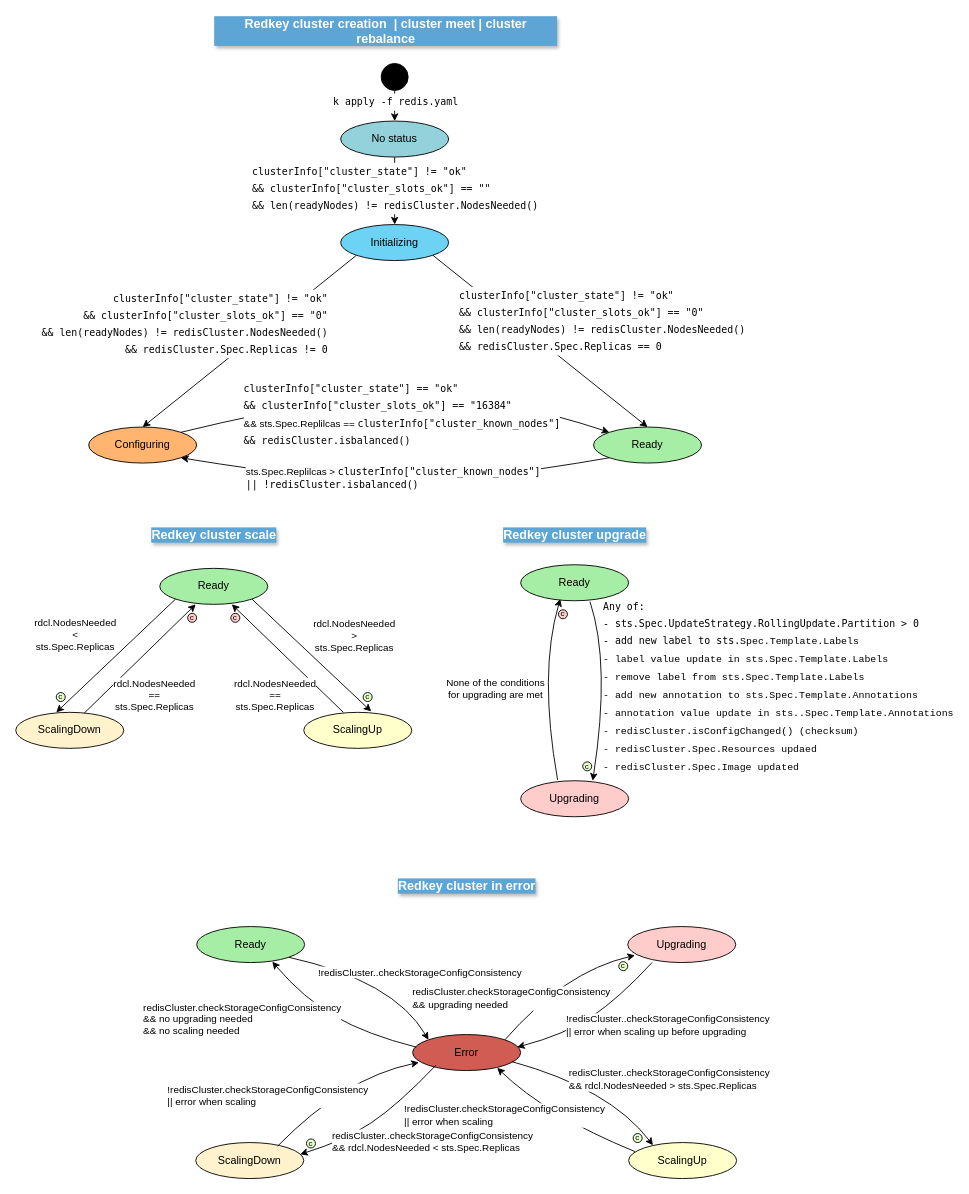
This is docs/files/redis-cluster-status-transitions.drawio from InditexTech/redkeyoperator, a draw.io file, before an edit. Source tidied: cells renumbered, new cells numbered last; positions are measured from the earlier drawing's top-left corner, leaving out a move shared by most shapes. Both pictures are drawn from the tidied source at 90%, with x=0, y=0 at pixel (15, 17).
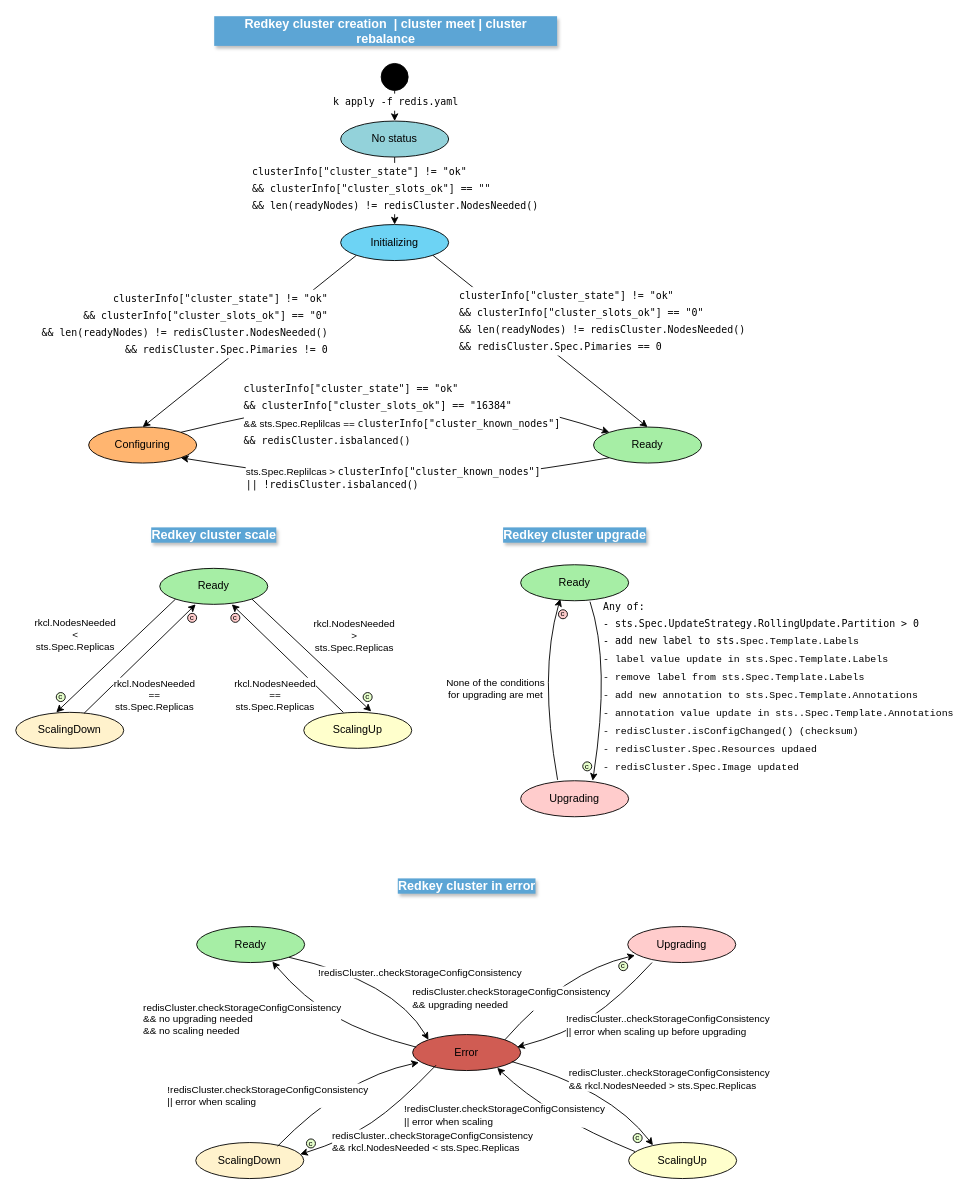
After the change.

The change refers to these unchanged cells:
```xml
<mxCell id="11" style="endArrow=classic;html=1;rounded=0;exitX=0;exitY=1;exitDx=0;exitDy=0;entryX=0.5;entryY=0;entryDx=0;entryDy=0;" parent="1" edge="1" source="6" target="9">
  <mxGeometry relative="1" as="geometry" />
</mxCell>
<mxCell id="13" style="endArrow=classic;html=1;rounded=0;entryX=0.5;entryY=0;entryDx=0;entryDy=0;exitX=1;exitY=1;exitDx=0;exitDy=0;" parent="1" edge="1" source="6" target="10">
  <mxGeometry relative="1" as="geometry" />
</mxCell>
<mxCell id="24" style="endArrow=classic;html=1;rounded=0;exitX=0;exitY=1;exitDx=0;exitDy=0;entryX=0.375;entryY=0;entryDx=0;entryDy=0;entryPerimeter=0;" parent="1" edge="1" source="22" target="19">
  <mxGeometry relative="1" as="geometry" />
</mxCell>
<mxCell id="26" style="endArrow=classic;html=1;rounded=0;entryX=0.333;entryY=1;entryDx=0;entryDy=0;entryPerimeter=0;exitX=0.633;exitY=0.025;exitDx=0;exitDy=0;exitPerimeter=0;" parent="1" edge="1" source="19" target="22">
  <mxGeometry relative="1" as="geometry" />
</mxCell>
<mxCell id="28" style="endArrow=classic;html=1;rounded=0;exitX=0.367;exitY=0;exitDx=0;exitDy=0;exitPerimeter=0;entryX=0.667;entryY=1;entryDx=0;entryDy=0;entryPerimeter=0;" parent="1" edge="1" source="20" target="22">
  <mxGeometry relative="1" as="geometry" />
</mxCell>
<mxCell id="30" style="endArrow=classic;html=1;rounded=0;entryX=0.625;entryY=-0.025;entryDx=0;entryDy=0;exitX=1;exitY=1;exitDx=0;exitDy=0;entryPerimeter=0;" parent="1" edge="1" source="22" target="20">
  <mxGeometry relative="1" as="geometry" />
</mxCell>
<mxCell id="51" style="curved=1;endArrow=classic;html=1;rounded=0;exitX=0.917;exitY=0.75;exitDx=0;exitDy=0;entryX=0.225;entryY=0.075;entryDx=0;entryDy=0;exitPerimeter=0;entryPerimeter=0;" parent="1" edge="1" source="42" target="44">
  <mxGeometry relative="1" as="geometry">
    <Array as="points">
      <mxPoint x="660" y="1190" />
    </Array>
  </mxGeometry>
</mxCell>
<mxCell id="62" style="curved=1;endArrow=classic;html=1;rounded=0;entryX=0.967;entryY=0.325;entryDx=0;entryDy=0;entryPerimeter=0;exitX=0.217;exitY=0.85;exitDx=0;exitDy=0;exitPerimeter=0;" parent="1" edge="1" source="42" target="43">
  <mxGeometry relative="1" as="geometry">
    <Array as="points">
      <mxPoint x="425" y="1208" />
      <mxPoint x="365" y="1248" />
    </Array>
  </mxGeometry>
</mxCell>
```

Change to the diagram source:
```diff
@@
-    <mxCell id="12" value="&lt;div style=&quot;white-space-collapse: preserve; font-family: &amp;quot;Droid Sans Mono&amp;quot;, &amp;quot;monospace&amp;quot;, monospace; line-height: 19px;&quot;&gt;clusterInfo[&quot;cluster_state&quot;] != &quot;ok&quot;&lt;/div&gt;&lt;div style=&quot;white-space-collapse: preserve; font-family: &amp;quot;Droid Sans Mono&amp;quot;, &amp;quot;monospace&amp;quot;, monospace; line-height: 19px;&quot;&gt;&lt;div style=&quot;line-height: 19px;&quot;&gt;&amp;amp;&amp;amp; clusterInfo[&quot;cluster_slots_ok&quot;] == &quot;0&quot;&lt;/div&gt;&lt;div style=&quot;line-height: 19px;&quot;&gt;&lt;div style=&quot;line-height: 19px;&quot;&gt;&amp;amp;&amp;amp; len(readyNodes) != redisCluster.NodesNeeded()&lt;/div&gt;&lt;div style=&quot;line-height: 19px;&quot;&gt;&amp;amp;&amp;amp; redisCluster.Spec.Replicas != 0&lt;/div&gt;&lt;/div&gt;&lt;/div&gt;" style="edgeLabel;html=1;align=right;verticalAlign=middle;labelBackgroundColor=default;" parent="11" vertex="1">
+    <mxCell id="12" value="&lt;div style=&quot;white-space-collapse: preserve; font-family: &amp;quot;Droid Sans Mono&amp;quot;, &amp;quot;monospace&amp;quot;, monospace; line-height: 19px;&quot;&gt;clusterInfo[&quot;cluster_state&quot;] != &quot;ok&quot;&lt;/div&gt;&lt;div style=&quot;white-space-collapse: preserve; font-family: &amp;quot;Droid Sans Mono&amp;quot;, &amp;quot;monospace&amp;quot;, monospace; line-height: 19px;&quot;&gt;&lt;div style=&quot;line-height: 19px;&quot;&gt;&amp;amp;&amp;amp; clusterInfo[&quot;cluster_slots_ok&quot;] == &quot;0&quot;&lt;/div&gt;&lt;div style=&quot;line-height: 19px;&quot;&gt;&lt;div style=&quot;line-height: 19px;&quot;&gt;&amp;amp;&amp;amp; len(readyNodes) != redisCluster.NodesNeeded()&lt;/div&gt;&lt;div style=&quot;line-height: 19px;&quot;&gt;&amp;amp;&amp;amp; redisCluster.Spec.Pimaries != 0&lt;/div&gt;&lt;/div&gt;&lt;/div&gt;" style="edgeLabel;html=1;align=right;verticalAlign=middle;labelBackgroundColor=default;" parent="11" vertex="1">
       <mxGeometry x="-0.14" y="-3" relative="1" as="geometry">
         <mxPoint x="72" y="-4" as="offset" />
       </mxGeometry>
     </mxCell>
@@
-    <mxCell id="14" value="&lt;div style=&quot;white-space-collapse: preserve; font-family: &amp;quot;Droid Sans Mono&amp;quot;, &amp;quot;monospace&amp;quot;, monospace; line-height: 19px;&quot;&gt;clusterInfo[&quot;cluster_state&quot;] != &quot;ok&quot;&lt;/div&gt;&lt;div style=&quot;white-space-collapse: preserve; font-family: &amp;quot;Droid Sans Mono&amp;quot;, &amp;quot;monospace&amp;quot;, monospace; line-height: 19px;&quot;&gt;&lt;div style=&quot;line-height: 19px;&quot;&gt;&amp;amp;&amp;amp; clusterInfo[&quot;cluster_slots_ok&quot;] == &quot;0&quot;&lt;/div&gt;&lt;div style=&quot;line-height: 19px;&quot;&gt;&lt;div style=&quot;line-height: 19px;&quot;&gt;&amp;amp;&amp;amp; len(readyNodes) != redisCluster.NodesNeeded()&lt;/div&gt;&lt;div style=&quot;line-height: 19px;&quot;&gt;&amp;amp;&amp;amp; redisCluster.Spec.Replicas == 0&lt;/div&gt;&lt;/div&gt;&lt;/div&gt;" style="edgeLabel;html=1;align=left;verticalAlign=middle;labelBackgroundColor=default;" parent="13" vertex="1">
+    <mxCell id="14" value="&lt;div style=&quot;white-space-collapse: preserve; font-family: &amp;quot;Droid Sans Mono&amp;quot;, &amp;quot;monospace&amp;quot;, monospace; line-height: 19px;&quot;&gt;clusterInfo[&quot;cluster_state&quot;] != &quot;ok&quot;&lt;/div&gt;&lt;div style=&quot;white-space-collapse: preserve; font-family: &amp;quot;Droid Sans Mono&amp;quot;, &amp;quot;monospace&amp;quot;, monospace; line-height: 19px;&quot;&gt;&lt;div style=&quot;line-height: 19px;&quot;&gt;&amp;amp;&amp;amp; clusterInfo[&quot;cluster_slots_ok&quot;] == &quot;0&quot;&lt;/div&gt;&lt;div style=&quot;line-height: 19px;&quot;&gt;&lt;div style=&quot;line-height: 19px;&quot;&gt;&amp;amp;&amp;amp; len(readyNodes) != redisCluster.NodesNeeded()&lt;/div&gt;&lt;div style=&quot;line-height: 19px;&quot;&gt;&amp;amp;&amp;amp; redisCluster.Spec.Pimaries == 0&lt;/div&gt;&lt;/div&gt;&lt;/div&gt;" style="edgeLabel;html=1;align=left;verticalAlign=middle;labelBackgroundColor=default;" parent="13" vertex="1">
       <mxGeometry x="-0.21" y="-1" relative="1" as="geometry">
         <mxPoint x="-66" y="-4" as="offset" />
       </mxGeometry>
     </mxCell>
@@
-    <mxCell id="25" value="rdcl.NodesNeeded&lt;div&gt;&amp;lt;&lt;/div&gt;&lt;div&gt;sts.Spec.Replicas&lt;/div&gt;" style="edgeLabel;html=1;align=center;verticalAlign=middle;" parent="24" vertex="1">
+    <mxCell id="25" value="rkcl.NodesNeeded&lt;div&gt;&amp;lt;&lt;/div&gt;&lt;div&gt;sts.Spec.Replicas&lt;/div&gt;" style="edgeLabel;html=1;align=center;verticalAlign=middle;" parent="24" vertex="1">
       <mxGeometry x="-0.15" y="1" relative="1" as="geometry">
         <mxPoint x="-56" y="-15" as="offset" />
       </mxGeometry>
     </mxCell>
@@
-    <mxCell id="27" value="rdcl.NodesNeeded&lt;div&gt;==&lt;/div&gt;&lt;div&gt;sts.Spec.Replicas&lt;/div&gt;" style="edgeLabel;html=1;align=center;verticalAlign=middle;" parent="26" vertex="1">
+    <mxCell id="27" value="rkcl.NodesNeeded&lt;div&gt;==&lt;/div&gt;&lt;div&gt;sts.Spec.Replicas&lt;/div&gt;" style="edgeLabel;html=1;align=center;verticalAlign=middle;" parent="26" vertex="1">
       <mxGeometry x="0.07" y="-3" relative="1" as="geometry">
         <mxPoint x="9" y="42" as="offset" />
       </mxGeometry>
     </mxCell>
@@
-    <mxCell id="29" value="rdcl.NodesNeeded&lt;div&gt;==&lt;/div&gt;&lt;div&gt;sts.Spec.Replicas&lt;/div&gt;" style="edgeLabel;html=1;align=center;verticalAlign=middle;" parent="28" vertex="1">
+    <mxCell id="29" value="rkcl.NodesNeeded&lt;div&gt;==&lt;/div&gt;&lt;div&gt;sts.Spec.Replicas&lt;/div&gt;" style="edgeLabel;html=1;align=center;verticalAlign=middle;" parent="28" vertex="1">
       <mxGeometry x="-0.17" y="-1" relative="1" as="geometry">
         <mxPoint x="-25" y="31" as="offset" />
       </mxGeometry>
     </mxCell>
@@
-    <mxCell id="31" value="rdcl.NodesNeeded&lt;div&gt;&amp;gt;&lt;/div&gt;&lt;div&gt;sts.Spec.Replicas&lt;/div&gt;" style="edgeLabel;html=1;align=center;verticalAlign=middle;" parent="30" vertex="1">
+    <mxCell id="31" value="rkcl.NodesNeeded&lt;div&gt;&amp;gt;&lt;/div&gt;&lt;div&gt;sts.Spec.Replicas&lt;/div&gt;" style="edgeLabel;html=1;align=center;verticalAlign=middle;" parent="30" vertex="1">
       <mxGeometry x="0.06" y="1" relative="1" as="geometry">
         <mxPoint x="42" y="-25" as="offset" />
       </mxGeometry>
     </mxCell>
@@
-    <mxCell id="52" value="redisCluster..checkStorageConfigConsistency&lt;div&gt;&amp;amp;&amp;amp; rdcl.NodesNeeded &amp;gt; sts.Spec.Replicas&lt;/div&gt;" style="edgeLabel;html=1;align=left;verticalAlign=middle;" parent="51" vertex="1">
+    <mxCell id="52" value="redisCluster..checkStorageConfigConsistency&lt;div&gt;&amp;amp;&amp;amp; rkcl.NodesNeeded &amp;gt; sts.Spec.Replicas&lt;/div&gt;" style="edgeLabel;html=1;align=left;verticalAlign=middle;" parent="51" vertex="1">
       <mxGeometry x="-0.09" y="-10" relative="1" as="geometry">
         <mxPoint x="-19" y="-13" as="offset" />
       </mxGeometry>
     </mxCell>
@@
-    <mxCell id="63" value="&lt;span style=&quot;text-align: left;&quot;&gt;redisCluster..checkStorageConfigConsistency&lt;/span&gt;&lt;div style=&quot;text-align: left;&quot;&gt;&amp;amp;&amp;amp; rdcl.NodesNeeded &amp;lt; sts.Spec.Replicas&lt;/div&gt;" style="edgeLabel;html=1;align=center;verticalAlign=middle;" parent="62" vertex="1">
+    <mxCell id="63" value="&lt;span style=&quot;text-align: left;&quot;&gt;redisCluster..checkStorageConfigConsistency&lt;/span&gt;&lt;div style=&quot;text-align: left;&quot;&gt;&amp;amp;&amp;amp; rkcl.NodesNeeded &amp;lt; sts.Spec.Replicas&lt;/div&gt;" style="edgeLabel;html=1;align=center;verticalAlign=middle;" parent="62" vertex="1">
       <mxGeometry x="0.21" relative="1" as="geometry">
         <mxPoint x="79" y="13" as="offset" />
       </mxGeometry>
     </mxCell>
```
